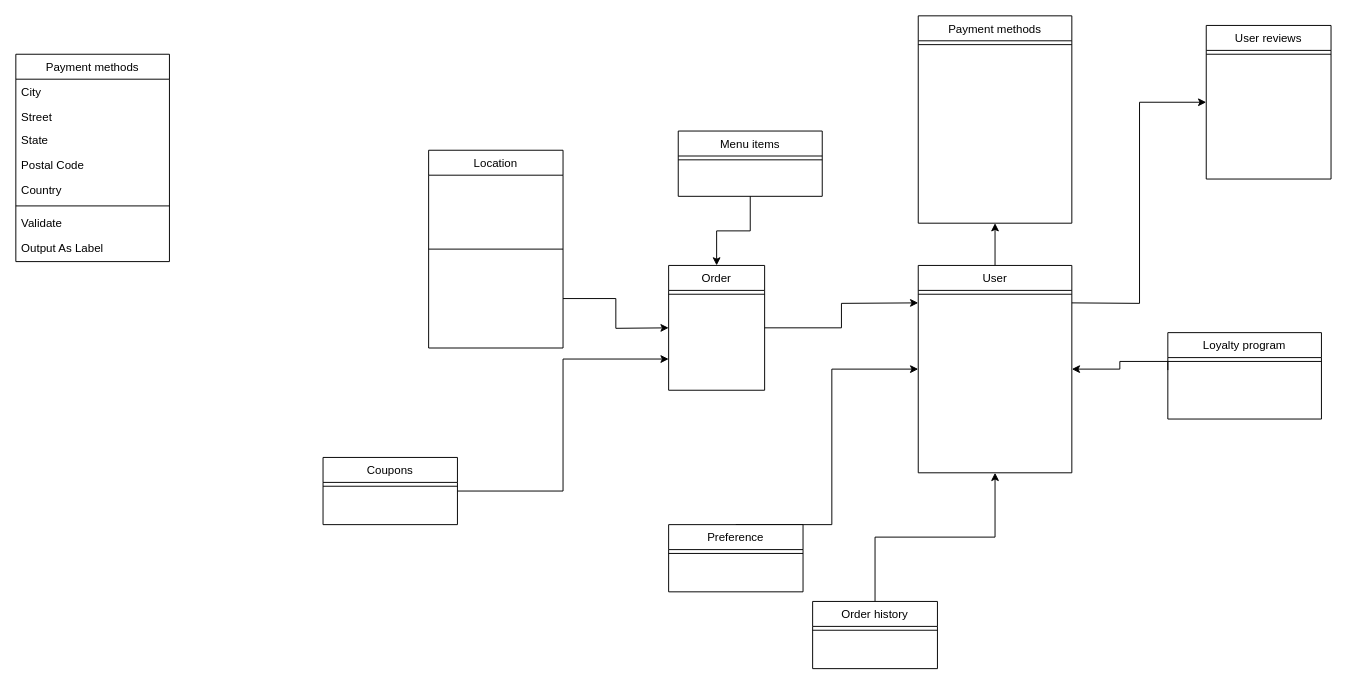
Before: HLFood-entity.drawio in MaiNhatHoangY2001/HLFood, a draw.io diagram. Source tidied: cells renumbered, new cells numbered last; positions are measured from the earlier drawing's top-left corner, leaving out a move shared by most shapes. Both pictures are drawn from the tidied source at 96%, with x=0, y=0 at pixel (15, 15).
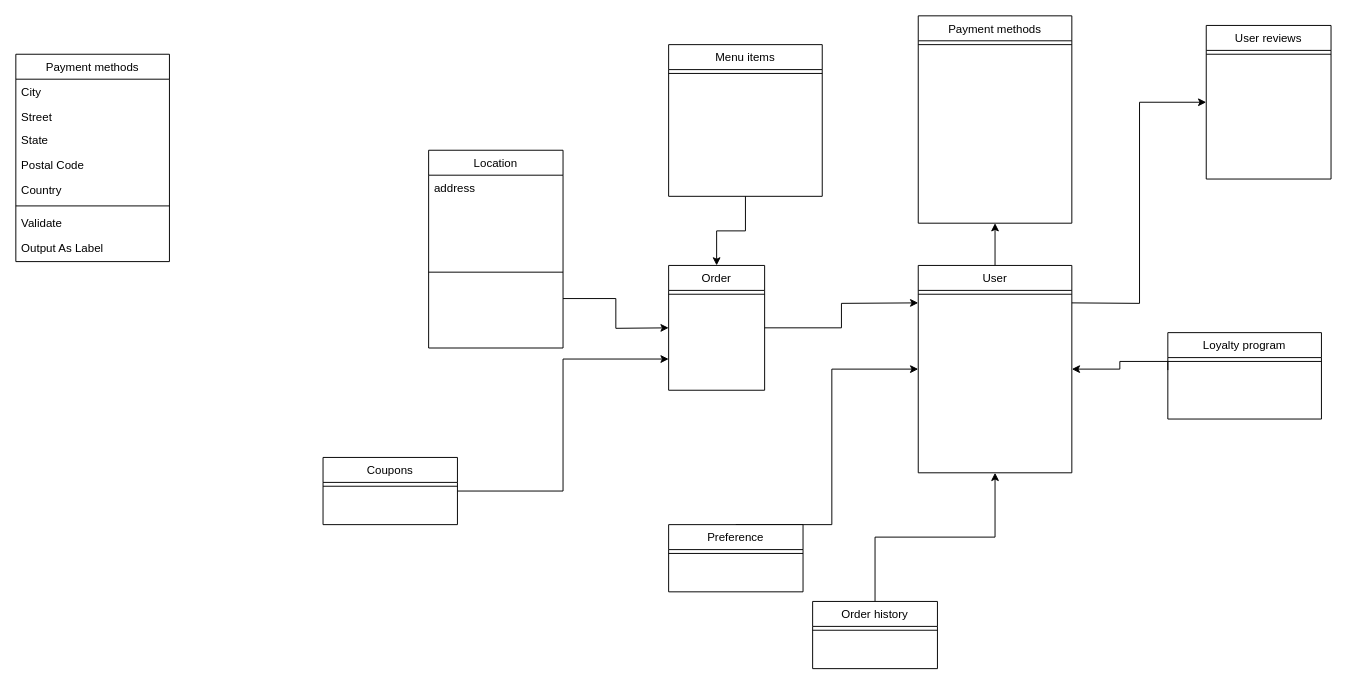
The same page after the edit.

The change refers to these unchanged cells:
```xml
<mxCell id="5" value="Location" style="swimlane;fontStyle=0;align=center;verticalAlign=top;horizontal=1;startSize=26;rounded=0;shadow=0;strokeWidth=1;" parent="1" vertex="1">
  <mxGeometry x="430" y="140" width="140" height="206" as="geometry" />
</mxCell>
```

Change to the diagram source:
```diff
@@
     <mxCell id="3" value="Menu items" style="swimlane;fontStyle=0;align=center;verticalAlign=top;horizontal=1;startSize=26;rounded=0;shadow=0;strokeWidth=1;" parent="1" vertex="1">
-      <mxGeometry x="690" y="120" width="150" height="68" as="geometry" />
+      <mxGeometry x="680" y="30" width="160" height="158" as="geometry" />
     </mxCell>
     <mxCell id="4" style="line;html=1;strokeWidth=1;align=left;verticalAlign=middle;spacingTop=-1;spacingLeft=3;spacingRight=3;labelPosition=right;" parent="3" vertex="1">
-      <mxGeometry y="26" width="150" height="8" as="geometry" />
+      <mxGeometry y="26" width="160" height="8" as="geometry" />
     </mxCell>
@@
+    <mxCell id="40" value="address" style="text;align=left;verticalAlign=top;spacingLeft=4;spacingRight=4;overflow=hidden;rounded=0;shadow=0;html=0;" parent="5" vertex="1">
+      <mxGeometry y="26" width="140" height="24" as="geometry" />
+    </mxCell>
     <mxCell id="6" style="line;html=1;strokeWidth=1;align=left;verticalAlign=middle;spacingTop=-1;spacingLeft=3;spacingRight=3;labelPosition=right;" parent="5" vertex="1">
-      <mxGeometry y="26" width="140" height="154" as="geometry" />
+      <mxGeometry y="50" width="140" height="154" as="geometry" />
     </mxCell>
```
